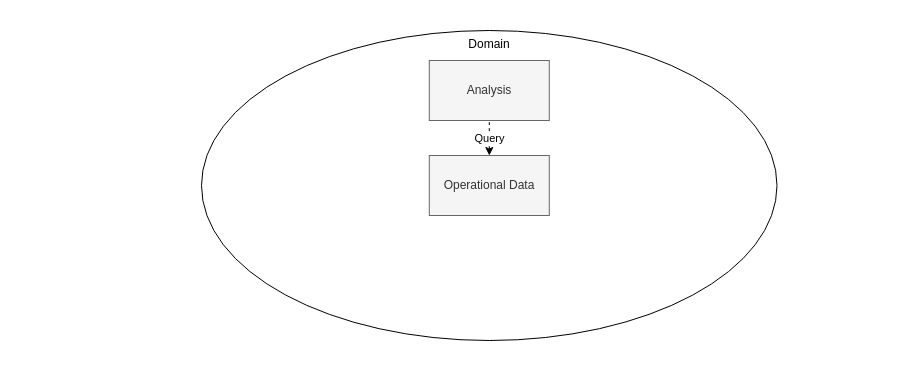
datamesh-architecture/datamesh-architecture.com keeps this draw.io diagram as diagrams/domainteamjourney_level1.drawio. Above is the earlier version. Source tidied: cells renumbered, new cells numbered last; positions are measured from the earlier drawing's top-left corner, leaving out a move shared by most shapes. Both pictures are drawn from the tidied source at 100%, with x=0, y=0 at pixel (17, 17).
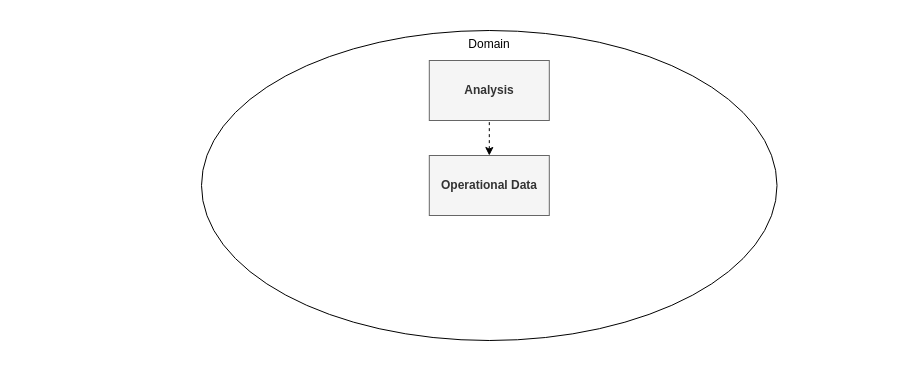
The same diagram, later.

Diff of the diagram source:
```diff
@@
 <mxGraphModel>
   <root>
     <mxCell id="0" />
     <mxCell id="1" parent="0" />
     <mxCell id="2" style="rounded=0;whiteSpace=wrap;html=1;fillColor=none;strokeColor=none;" parent="1" vertex="1">
       <mxGeometry width="889" height="337" as="geometry" />
     </mxCell>
     <mxCell id="3" value="Domain" style="ellipse;whiteSpace=wrap;html=1;verticalAlign=top;" parent="1" vertex="1">
       <mxGeometry x="184" y="13" width="575.5" height="310" as="geometry" />
     </mxCell>
+    <mxCell id="5" style="edgeStyle=orthogonalEdgeStyle;rounded=0;jettySize=auto;html=1;startArrow=classic;startFill=1;endArrow=none;endFill=0;dashed=1;exitX=0.5;exitY=0;exitDx=0;exitDy=0;entryX=0.5;entryY=1;entryDx=0;entryDy=0;" parent="1" edge="1" source="7" target="4">
+      <mxGeometry relative="1" as="geometry" />
+    </mxCell>
-    <mxCell id="4" value="Analysis" style="rounded=0;whiteSpace=wrap;html=1;fillColor=#f5f5f5;fontColor=#333333;strokeColor=#666666;" parent="1" vertex="1">
+    <mxCell id="4" value="Analysis" style="rounded=0;whiteSpace=wrap;html=1;fillColor=#f5f5f5;fontColor=#333333;strokeColor=#666666;fontStyle=1;" parent="1" vertex="1">
       <mxGeometry x="411.8" y="43" width="120" height="60" as="geometry" />
     </mxCell>
-    <mxCell id="5" style="edgeStyle=orthogonalEdgeStyle;rounded=0;jettySize=auto;html=1;startArrow=classic;startFill=1;endArrow=none;endFill=0;dashed=1;exitX=0.5;exitY=0;exitDx=0;exitDy=0;" parent="1" edge="1" source="7" target="4">
-      <mxGeometry relative="1" as="geometry">
-        <Array as="points">
-          <mxPoint x="472" y="138" />
-          <mxPoint x="472" y="138" />
-        </Array>
-      </mxGeometry>
-    </mxCell>
-    <mxCell id="6" value="Query" style="edgeLabel;html=1;align=center;verticalAlign=middle;" parent="5" vertex="1">
-      <mxGeometry x="0.03" relative="1" as="geometry" />
-    </mxCell>
-    <mxCell id="7" value="Operational Data" style="rounded=0;whiteSpace=wrap;html=1;fillColor=#f5f5f5;fontColor=#333333;strokeColor=#666666;" parent="1" vertex="1">
+    <mxCell id="7" value="Operational Data" style="rounded=0;whiteSpace=wrap;html=1;fillColor=#f5f5f5;fontColor=#333333;strokeColor=#666666;fontStyle=1;" parent="1" vertex="1">
       <mxGeometry x="411.8" y="138" width="120" height="60" as="geometry" />
     </mxCell>
   </root>
 </mxGraphModel>
```
